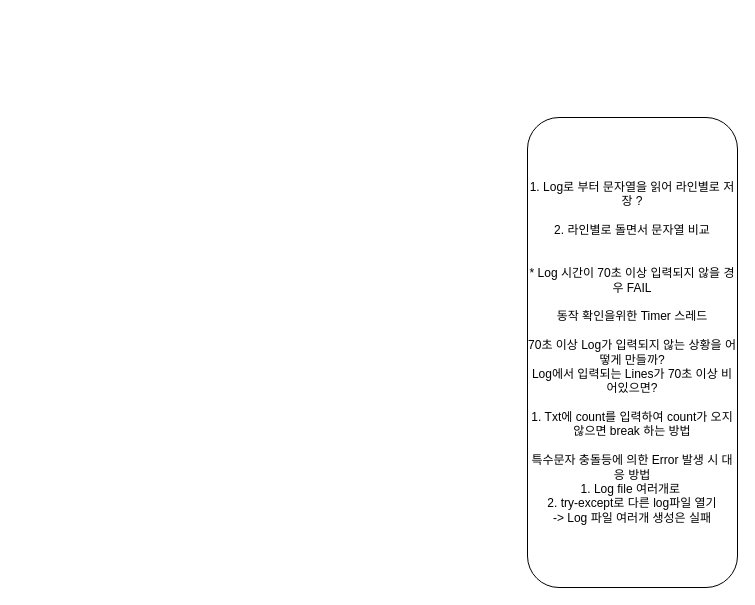
Above: SideProject/AutomationForWCBS/AutomationforWCBS.drawio in Garam92kim/programmers (draw.io), before the change. Source tidied: cells renumbered, new cells numbered last; positions are measured from the earlier drawing's top-left corner, leaving out a move shared by most shapes. Both pictures are drawn from the tidied source at 100%, with x=0, y=0 at pixel (527, 117).
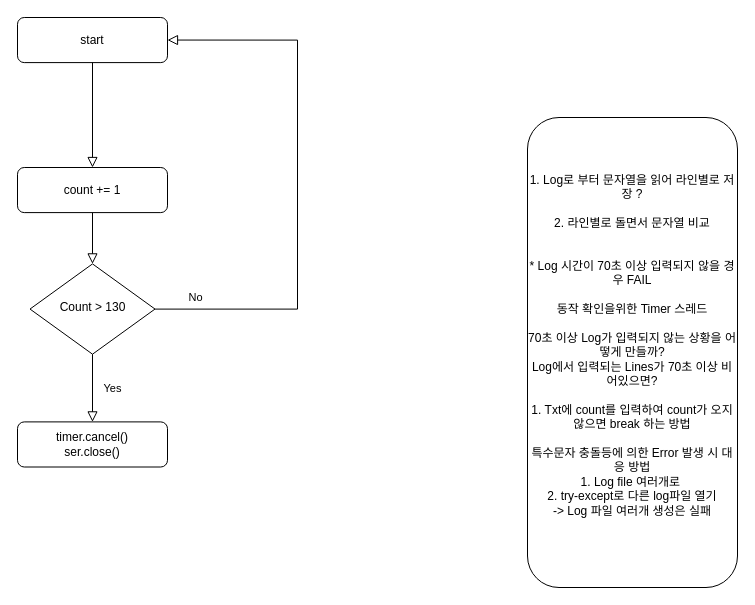
After the change.

Diff of the diagram source:
```diff
@@
 <mxGraphModel>
   <root>
     <mxCell id="0" />
     <mxCell id="1" parent="0" />
-    <mxCell id="2" value="1. Log로 부터 문자열을 읽어 라인별로 저장 ?&lt;br&gt;&lt;br&gt;2. 라인별로 돌면서 문자열 비교&lt;br&gt;&lt;br&gt;&lt;br&gt;* Log 시간이 70초 이상 입력되지 않을 경우 FAIL&lt;br&gt;&lt;br&gt;동작 확인을위한 Timer 스레드&lt;br&gt;&lt;br&gt;70초 이상 Log가 입력되지 않는 상황을 어떻게 만들까?&lt;br&gt;Log에서 입력되는 Lines가 70초 이상 비어있으면?&lt;br&gt;&lt;br&gt;1. Txt에 count를 입력하여 count가 오지 않으면 break 하는 방법&lt;br&gt;&lt;br&gt;특수문자 충돌등에 의한 Error 발생 시 대응 방법&lt;br&gt;1. Log file 여러개로&amp;nbsp;&lt;br&gt;2. try-except로 다른 log파일 열기&lt;br&gt;-&amp;gt; Log 파일 여러개 생성은 실패" style="rounded=1;whiteSpace=wrap;html=1;fontSize=12;glass=0;strokeWidth=1;shadow=0;" parent="1" vertex="1">
+    <mxCell id="2" value="1. Log로 부터 문자열을 읽어 라인별로 저장 ?&lt;br&gt;&lt;br&gt;2. 라인별로 돌면서 문자열 비교&lt;br&gt;&lt;br&gt;&lt;br&gt;* Log 시간이 70초 이상 입력되지 않을 경우 FAIL&lt;br&gt;&lt;br&gt;동작 확인을위한 Timer 스레드&lt;br&gt;&lt;br&gt;70초 이상 Log가 입력되지 않는 상황을 어떻게 만들까?&lt;br&gt;Log에서 입력되는 Lines가 70초 이상 비어있으면?&lt;br&gt;&lt;br&gt;1. Txt에 count를 입력하여 count가 오지 않으면 break 하는 방법&lt;br&gt;&lt;br&gt;특수문자 충돌등에 의한 Error 발생 시 대응 방법&lt;br&gt;1. Log file 여러개로&amp;nbsp;&lt;br&gt;2. try-except로 다른 log파일 열기&lt;br&gt;-&amp;gt; Log 파일 여러개 생성은 실패&lt;br&gt;&lt;br&gt;" style="rounded=1;whiteSpace=wrap;html=1;fontSize=12;glass=0;strokeWidth=1;shadow=0;" parent="1" vertex="1">
       <mxGeometry width="210" height="470" as="geometry" />
     </mxCell>
+    <mxCell id="3" style="group;" parent="1" vertex="1">
+      <mxGeometry x="-510" y="-100" width="280" height="449.5" as="geometry" />
+    </mxCell>
+    <mxCell id="4" value="start" style="rounded=1;whiteSpace=wrap;html=1;fontSize=12;glass=0;strokeWidth=1;shadow=0;" parent="3" vertex="1">
+      <mxGeometry width="150" height="45.1" as="geometry" />
+    </mxCell>
+    <mxCell id="5" value="Count &amp;gt; 130" style="rhombus;whiteSpace=wrap;html=1;shadow=0;fontFamily=Helvetica;fontSize=12;align=center;strokeWidth=1;spacing=6;spacingTop=-4;" parent="3" vertex="1">
+      <mxGeometry x="12.5" y="246.4" width="125" height="90.3" as="geometry" />
+    </mxCell>
+    <mxCell id="6" style="rounded=0;html=1;jettySize=auto;fontSize=11;endArrow=block;endFill=0;endSize=8;strokeWidth=1;shadow=0;labelBackgroundColor=none;edgeStyle=orthogonalEdgeStyle;" parent="3" edge="1" source="10" target="5">
+      <mxGeometry relative="1" as="geometry" />
+    </mxCell>
+    <mxCell id="7" value="No" style="edgeStyle=orthogonalEdgeStyle;rounded=0;html=1;jettySize=auto;fontSize=11;endArrow=block;endFill=0;endSize=8;strokeWidth=1;shadow=0;labelBackgroundColor=none;entryX=1;entryY=0.5;entryDx=0;entryDy=0;" parent="3" edge="1" source="5" target="4">
+      <mxGeometry x="-0.85" y="12" relative="1" as="geometry">
+        <Array as="points">
+          <mxPoint x="280" y="292" />
+          <mxPoint x="280" y="23" />
+          <mxPoint x="150" y="23" />
+        </Array>
+      </mxGeometry>
+    </mxCell>
+    <mxCell id="8" value="Yes" style="rounded=0;html=1;jettySize=auto;fontSize=11;endArrow=block;endFill=0;endSize=8;strokeWidth=1;shadow=0;labelBackgroundColor=none;edgeStyle=orthogonalEdgeStyle;" parent="3" edge="1" source="5" target="9">
+      <mxGeometry y="20" relative="1" as="geometry" />
+    </mxCell>
+    <mxCell id="9" value="timer.cancel()&lt;br&gt;ser.close()" style="rounded=1;whiteSpace=wrap;html=1;fontSize=12;glass=0;strokeWidth=1;shadow=0;" parent="3" vertex="1">
+      <mxGeometry y="404.4" width="150" height="45.1" as="geometry" />
+    </mxCell>
+    <mxCell id="10" value="count += 1" style="rounded=1;whiteSpace=wrap;html=1;fontSize=12;glass=0;strokeWidth=1;shadow=0;" parent="3" vertex="1">
+      <mxGeometry y="150" width="150" height="45.1" as="geometry" />
+    </mxCell>
+    <mxCell id="11" style="rounded=0;html=1;jettySize=auto;fontSize=11;endArrow=block;endFill=0;endSize=8;strokeWidth=1;shadow=0;labelBackgroundColor=none;edgeStyle=orthogonalEdgeStyle;exitX=0.5;exitY=1;exitDx=0;exitDy=0;entryX=0.5;entryY=0;entryDx=0;entryDy=0;" parent="3" edge="1" source="4" target="10">
+      <mxGeometry relative="1" as="geometry" />
+    </mxCell>
   </root>
 </mxGraphModel>
```
